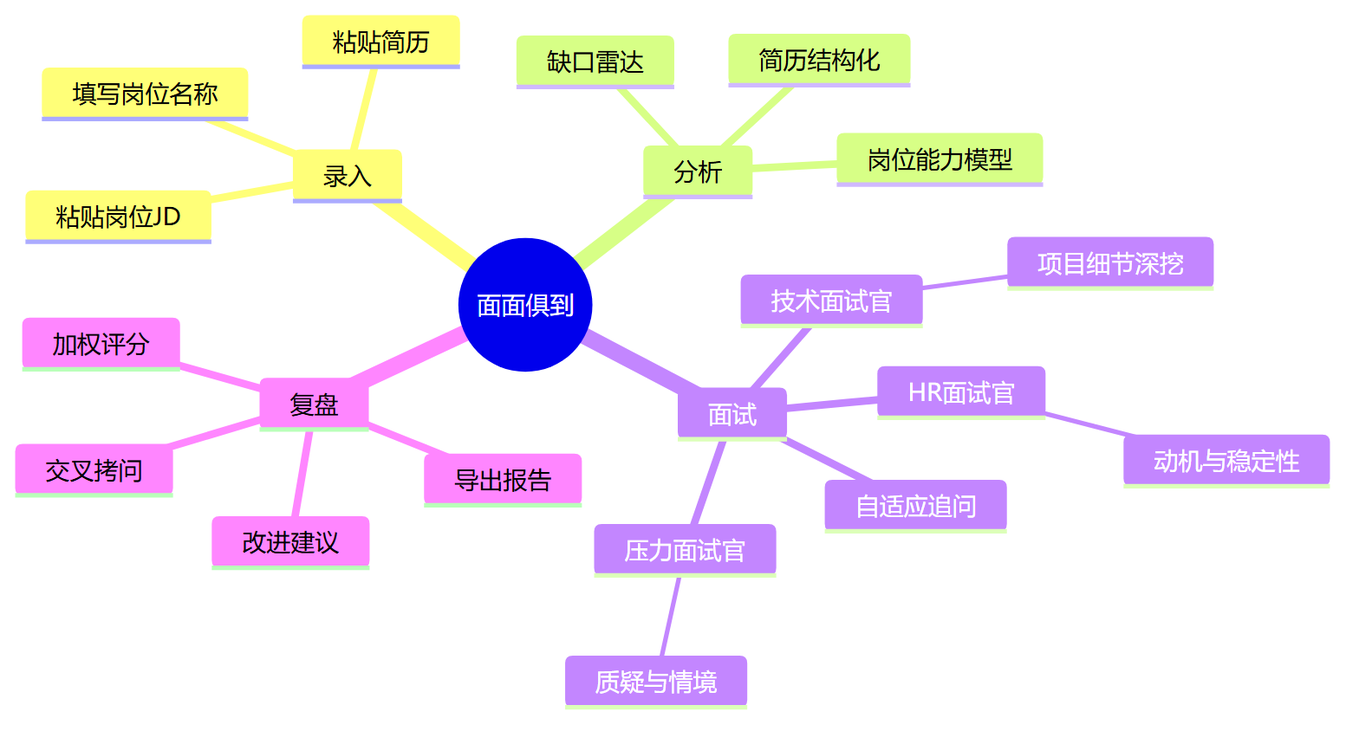
Before: docs/diagrams/01-user-journey.png, a diagram exported from Mermaid (Jiyue0321/gdut-homework4). Its source is kept beside it as docs/diagrams/01-user-journey.mmd.
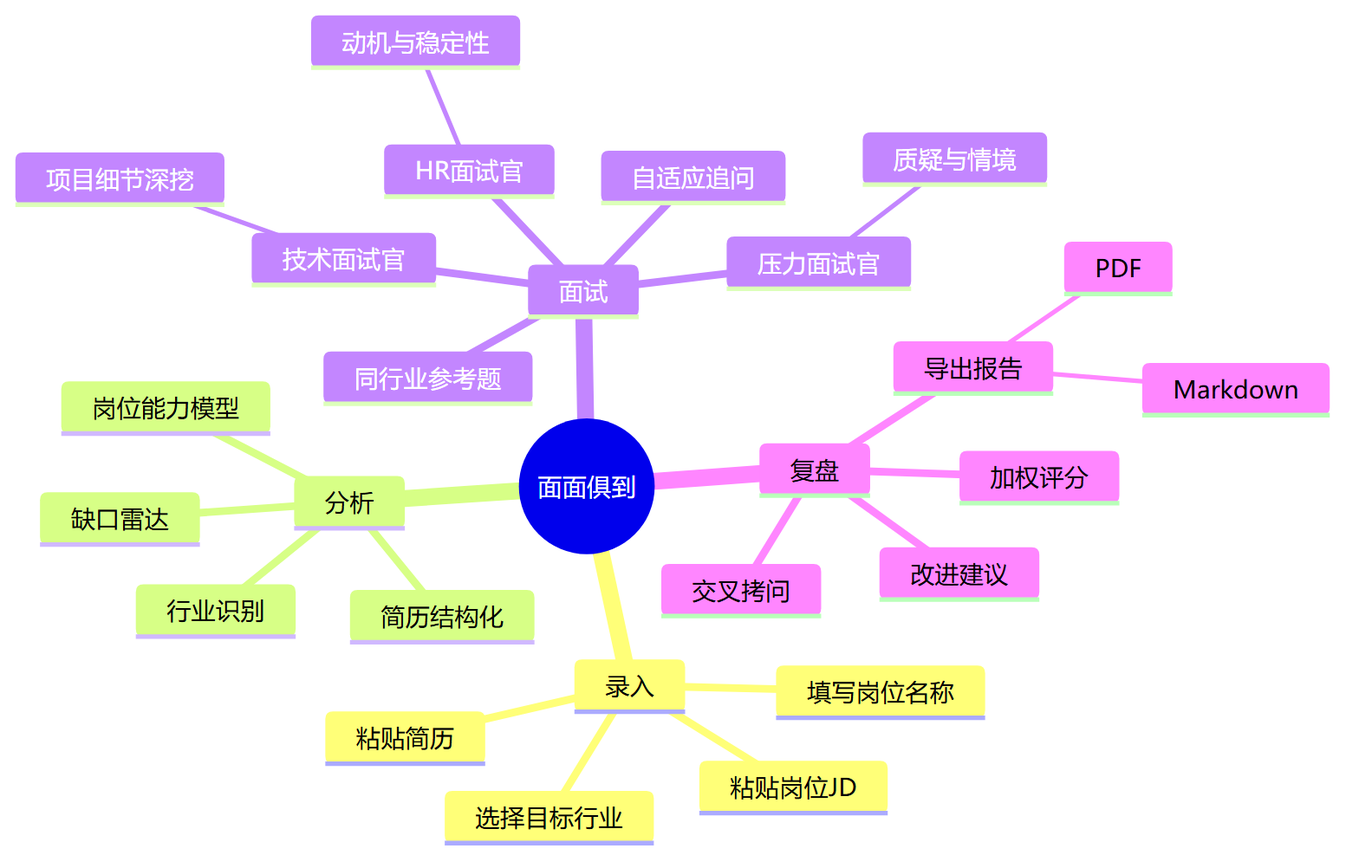
After the commit.

The edit, as a diff of the source:
```diff
@@ -4,9 +4,11 @@
       粘贴简历
       粘贴岗位JD
       填写岗位名称
+      选择目标行业
     分析
       简历结构化
       岗位能力模型
+      行业识别
       缺口雷达
     面试
       HR面试官
@@ -15,9 +17,12 @@
         项目细节深挖
       压力面试官
         质疑与情境
+      同行业参考题
       自适应追问
     复盘
       交叉拷问
       加权评分
       改进建议
       导出报告
+        Markdown
+        PDF
```
